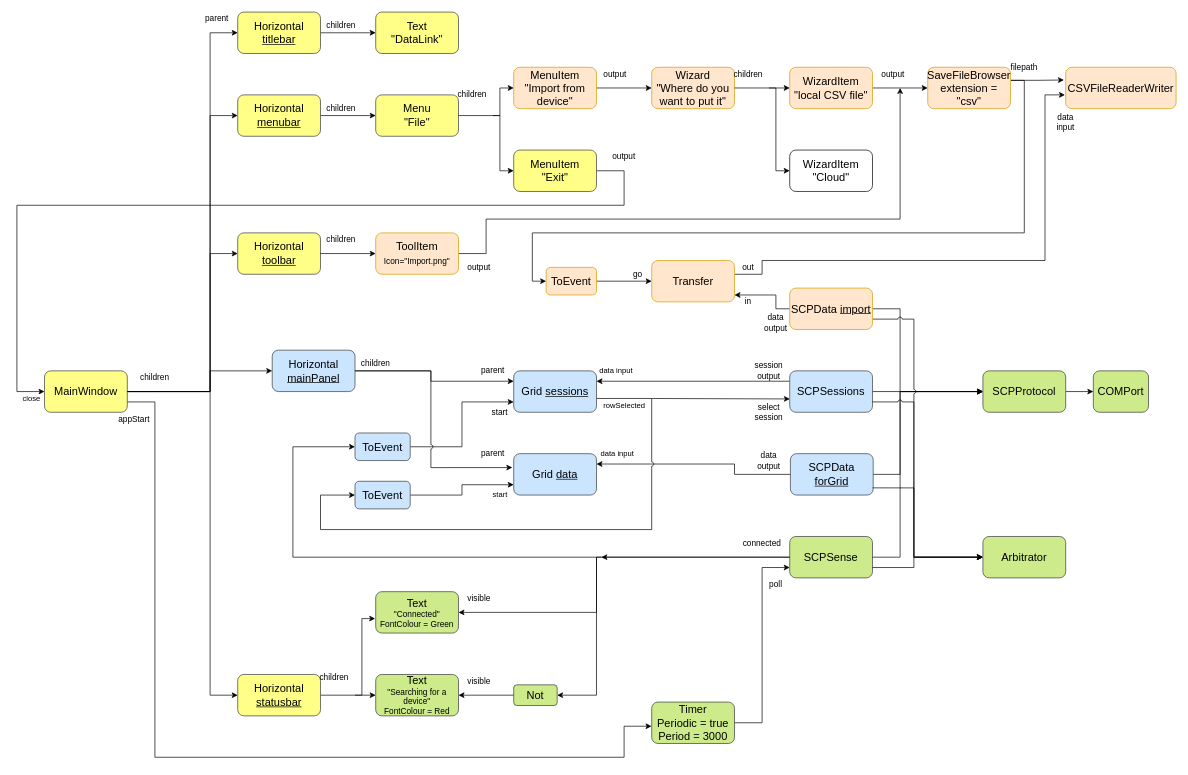
Above: Application/Application-diagram.drawio in johnspray74/ALAExample (draw.io), before the change. Source tidied: cells renumbered, new cells numbered last; positions are measured from the earlier drawing's top-left corner, leaving out a move shared by most shapes. Both pictures are drawn from the tidied source at 69%, with x=0, y=0 at pixel (17, 12).
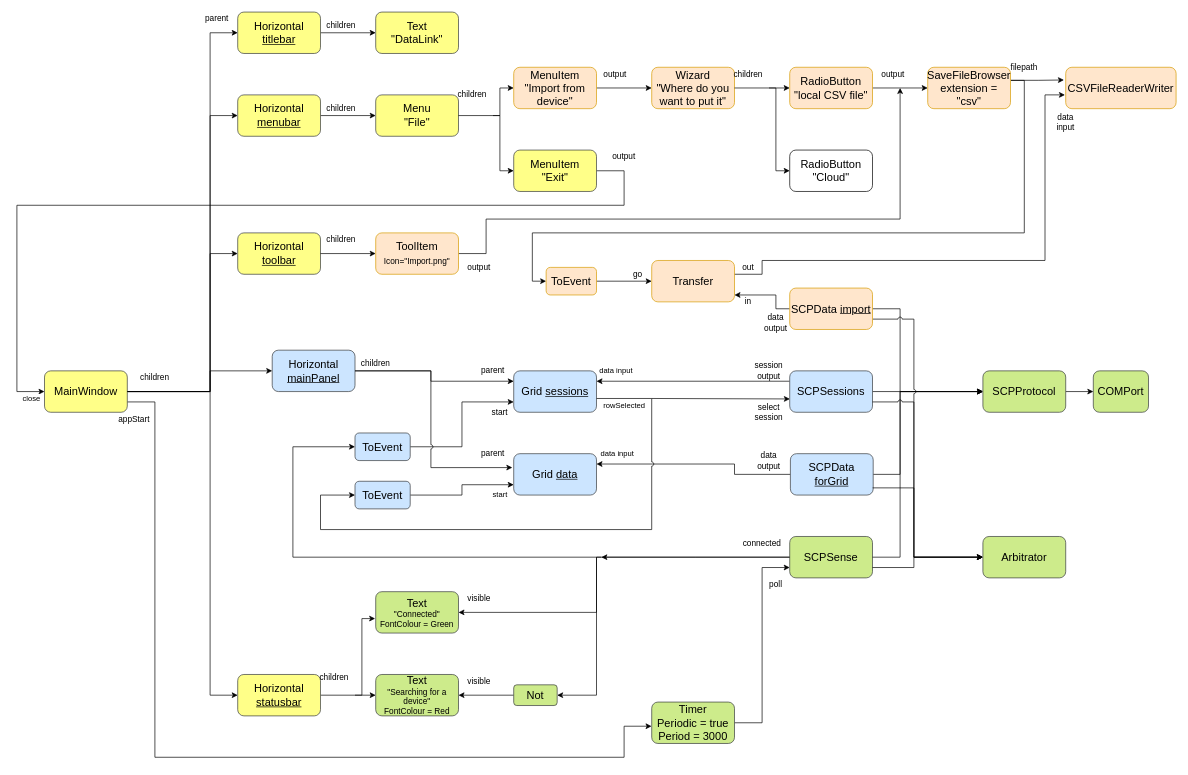
After the change.

Commit message (it also covers changes not shown here):
Introduction comments about ALA in Application.cs for people who dive right into the code. Fix diagram to use RadioButton

Diff of the diagram source:
```diff
@@
-    <mxCell id="25" value="WizardItem&lt;br style=&quot;font-size: 16px;&quot;&gt;&quot;local CSV file&quot;" style="rounded=1;whiteSpace=wrap;html=1;fillColor=#ffe6cc;strokeColor=#d79b00;fontSize=16;" parent="1" vertex="1">
+    <mxCell id="25" value="RadioButton&lt;br style=&quot;font-size: 16px&quot;&gt;&quot;local CSV file&quot;" style="rounded=1;whiteSpace=wrap;html=1;fillColor=#ffe6cc;strokeColor=#d79b00;fontSize=16;" parent="1" vertex="1">
       <mxGeometry x="1120" y="80" width="120" height="60" as="geometry" />
     </mxCell>
@@
-    <mxCell id="32" value="WizardItem&lt;br style=&quot;font-size: 16px;&quot;&gt;&quot;Cloud&quot;" style="rounded=1;whiteSpace=wrap;html=1;fontSize=16;" parent="1" vertex="1">
+    <mxCell id="32" value="RadioButton&lt;br style=&quot;font-size: 16px&quot;&gt;&quot;Cloud&quot;" style="rounded=1;whiteSpace=wrap;html=1;fontSize=16;" parent="1" vertex="1">
       <mxGeometry x="1120" y="200" width="120" height="60" as="geometry" />
     </mxCell>
```
